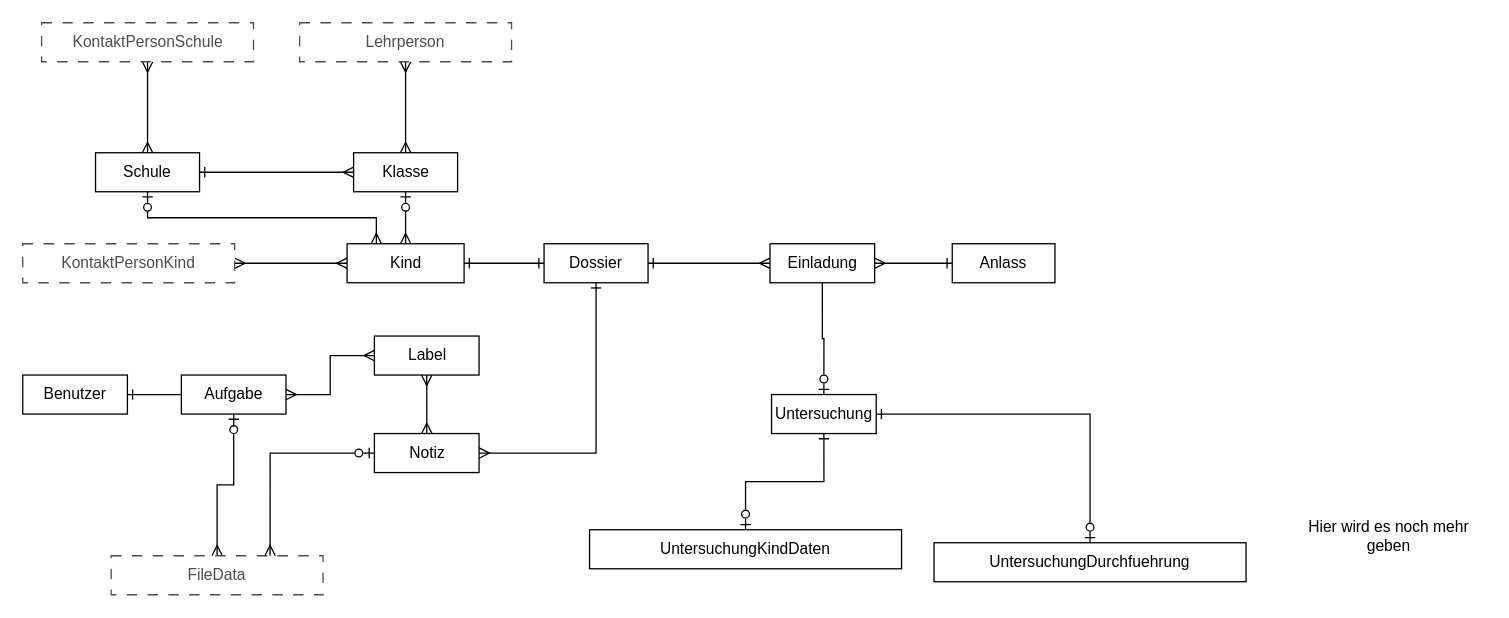
The draw.io diagram api/docs/esc-model-overview.drawio in dvbern/eSAD, before the edit. Source tidied: cells renumbered, new cells numbered last; positions are measured from the earlier drawing's top-left corner, leaving out a move shared by most shapes. Both pictures are drawn from the tidied source at 130%, with x=0, y=0 at pixel (22, 22).
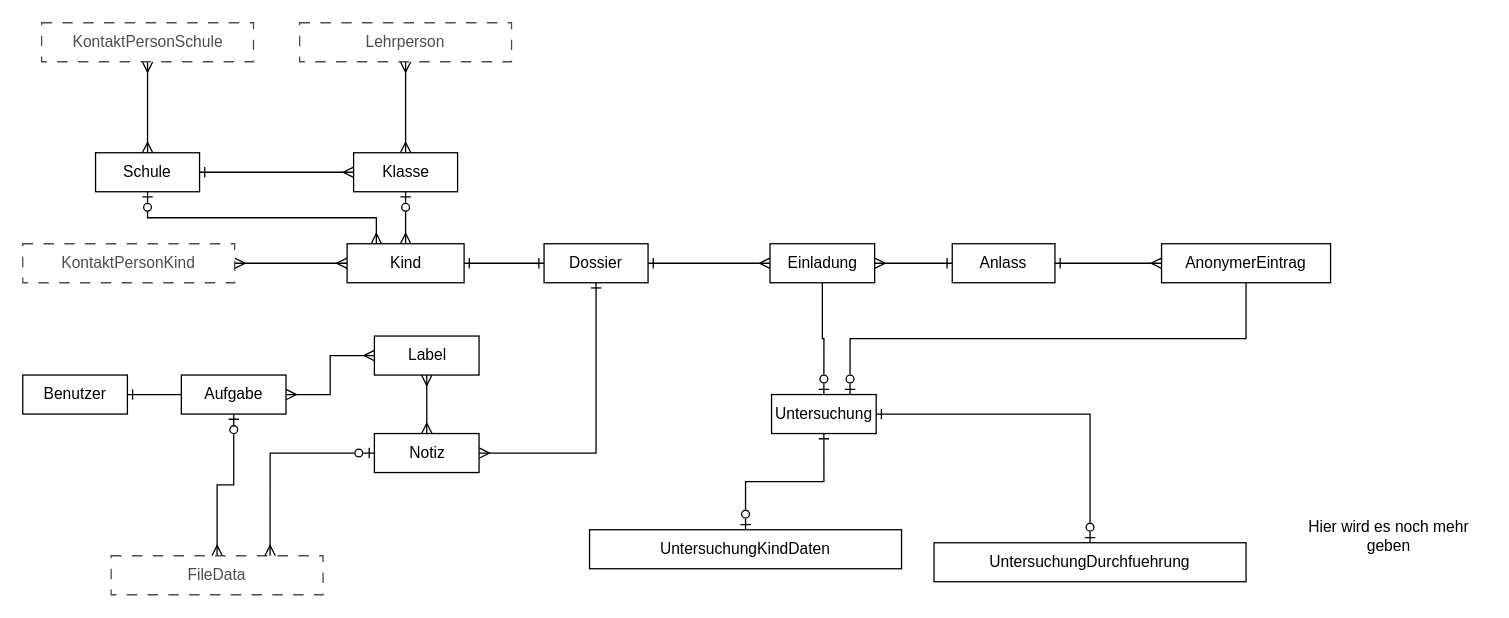
The same diagram, later.

Unchanged cells that the change refers to:
```xml
<mxCell id="13" value="Anlass" style="whiteSpace=wrap;html=1;" parent="1" vertex="1">
  <mxGeometry x="715" y="170" width="79" height="30" as="geometry" />
</mxCell>
<mxCell id="19" value="&lt;span style=&quot;font-weight: 400;&quot;&gt;Untersuchung&lt;/span&gt;" style="whiteSpace=wrap;html=1;fontStyle=1;" parent="1" vertex="1">
  <mxGeometry x="576" y="286" width="80.5" height="30" as="geometry" />
</mxCell>
```

What changed in the source:
```diff
@@
+    <mxCell id="38" value="&lt;span style=&quot;font-weight: 400;&quot;&gt;AnonymerEintrag&lt;/span&gt;" style="whiteSpace=wrap;html=1;fontStyle=1;" parent="1" vertex="1">
+      <mxGeometry x="876" y="170" width="130" height="30" as="geometry" />
+    </mxCell>
+    <mxCell id="39" style="edgeStyle=entityRelationEdgeStyle;fontSize=12;html=1;endArrow=ERmany;rounded=0;exitX=1;exitY=0.5;exitDx=0;exitDy=0;entryX=0;entryY=0.5;entryDx=0;entryDy=0;startArrow=ERone;startFill=0;" parent="1" edge="1" source="13" target="38">
+      <mxGeometry relative="1" as="geometry">
+        <Array as="points">
+          <mxPoint x="846" y="140" />
+        </Array>
+      </mxGeometry>
+    </mxCell>
+    <mxCell id="40" style="edgeStyle=orthogonalEdgeStyle;rounded=0;jettySize=auto;html=1;exitX=0.5;exitY=1;exitDx=0;exitDy=0;endArrow=ERzeroToOne;endFill=0;entryX=0.75;entryY=0;entryDx=0;entryDy=0;" parent="1" edge="1" source="38" target="19">
+      <mxGeometry relative="1" as="geometry">
+        <Array as="points">
+          <mxPoint x="941" y="243" />
+          <mxPoint x="636" y="243" />
+        </Array>
+      </mxGeometry>
+    </mxCell>
```
